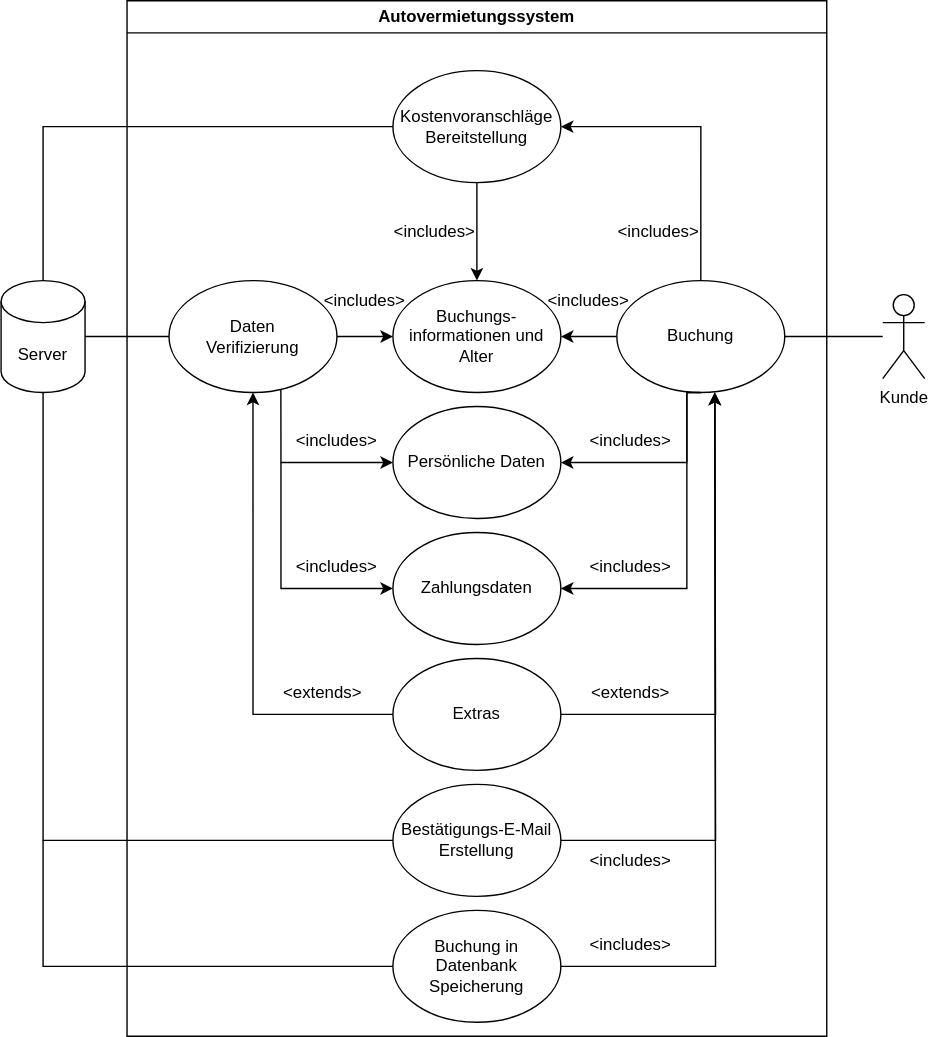
The draw.io diagram sw-eng-02.drawio.svg in MassimiIiano/software-eng-projects-uni, before a commit. Source tidied: cells renumbered, new cells last; positions are measured from the earlier drawing's top-left corner, leaving out a move shared by most shapes.
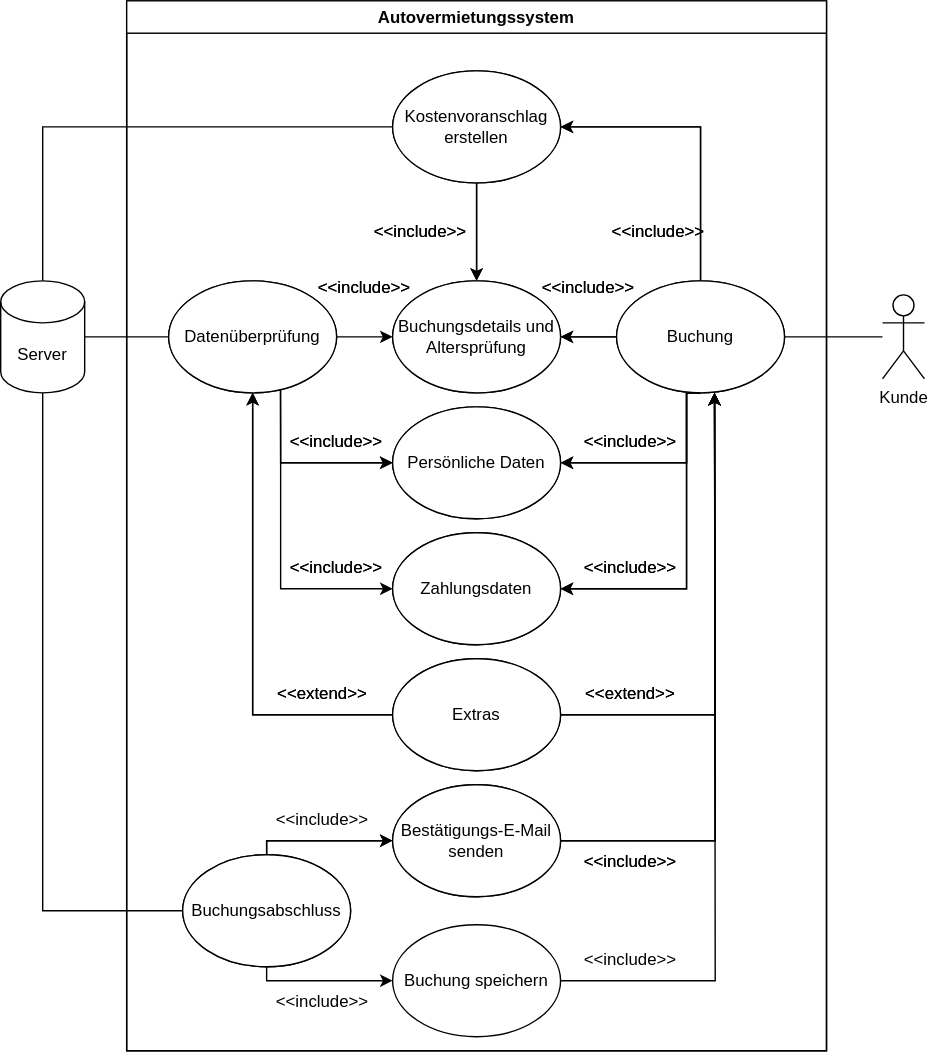
Later version of the same file.

Change to the diagram source:
```diff
@@ -5,18 +5,18 @@
     <mxCell id="2" value="Autovermietungssystem" style="swimlane;whiteSpace=wrap;html=1;" parent="1" vertex="1">
-      <mxGeometry x="90" width="500" height="740" as="geometry" />
+      <mxGeometry x="90" width="500" height="750" as="geometry" />
     </mxCell>
-    <mxCell id="3" value="Kostenvoranschläge&lt;div&gt;Bereitstellung&lt;/div&gt;" style="ellipse;whiteSpace=wrap;html=1;" parent="2" vertex="1">
+    <mxCell id="3" value="Kostenvoranschlag erstellen" style="ellipse;whiteSpace=wrap;html=1;" parent="2" vertex="1">
       <mxGeometry x="190" y="50" width="120" height="80" as="geometry" />
     </mxCell>
-    <mxCell id="4" value="Buchungs-&lt;div&gt;informationen und&lt;/div&gt;&lt;div&gt;Alter&lt;/div&gt;" style="ellipse;whiteSpace=wrap;html=1;" parent="2" vertex="1">
+    <mxCell id="4" value="Buchungsdetails und Altersprüfung" style="ellipse;whiteSpace=wrap;html=1;" parent="2" vertex="1">
       <mxGeometry x="190" y="200" width="120" height="80" as="geometry" />
     </mxCell>
-    <mxCell id="5" value="&amp;lt;includes&amp;gt;" style="text;html=1;align=center;verticalAlign=middle;whiteSpace=wrap;rounded=0;" parent="2" vertex="1">
-      <mxGeometry x="190" y="150" width="60" height="30" as="geometry" />
+    <mxCell id="5" value="&amp;lt;&amp;lt;include&amp;gt;&amp;gt;" style="text;html=1;align=center;verticalAlign=middle;whiteSpace=wrap;rounded=0;" parent="2" vertex="1">
+      <mxGeometry x="180" y="150" width="60" height="30" as="geometry" />
     </mxCell>
-    <mxCell id="6" value="Daten&lt;div&gt;Verifizierung&lt;br&gt;&lt;/div&gt;" style="ellipse;whiteSpace=wrap;html=1;" parent="2" vertex="1">
+    <mxCell id="6" value="&lt;div&gt;Datenüberprüfung&lt;/div&gt;" style="ellipse;whiteSpace=wrap;html=1;" parent="2" vertex="1">
       <mxGeometry x="30" y="200" width="120" height="80" as="geometry" />
     </mxCell>
-    <mxCell id="7" value="&amp;lt;includes&amp;gt;" style="text;html=1;align=center;verticalAlign=middle;whiteSpace=wrap;rounded=0;" parent="2" vertex="1">
-      <mxGeometry x="140" y="200" width="60" height="30" as="geometry" />
+    <mxCell id="7" value="&amp;lt;&amp;lt;include&amp;gt;&amp;gt;" style="text;html=1;align=center;verticalAlign=middle;whiteSpace=wrap;rounded=0;" parent="2" vertex="1">
+      <mxGeometry x="140" y="190" width="60" height="30" as="geometry" />
     </mxCell>
@@ -31,6 +31,6 @@
     </mxCell>
-    <mxCell id="11" value="&amp;lt;includes&amp;gt;" style="text;html=1;align=center;verticalAlign=middle;whiteSpace=wrap;rounded=0;" parent="2" vertex="1">
+    <mxCell id="11" value="&amp;lt;&amp;lt;include&amp;gt;&amp;gt;" style="text;html=1;align=center;verticalAlign=middle;whiteSpace=wrap;rounded=0;" parent="2" vertex="1">
       <mxGeometry x="120" y="300" width="60" height="30" as="geometry" />
     </mxCell>
-    <mxCell id="12" value="&amp;lt;includes&amp;gt;" style="text;html=1;align=center;verticalAlign=middle;whiteSpace=wrap;rounded=0;" parent="2" vertex="1">
+    <mxCell id="12" value="&amp;lt;&amp;lt;include&amp;gt;&amp;gt;" style="text;html=1;align=center;verticalAlign=middle;whiteSpace=wrap;rounded=0;" parent="2" vertex="1">
       <mxGeometry x="120" y="390" width="60" height="30" as="geometry" />
@@ -51,6 +51,6 @@
     </mxCell>
-    <mxCell id="16" value="&amp;lt;includes&amp;gt;" style="text;html=1;align=center;verticalAlign=middle;whiteSpace=wrap;rounded=0;" parent="2" vertex="1">
-      <mxGeometry x="300" y="200" width="60" height="30" as="geometry" />
+    <mxCell id="16" value="&amp;lt;&amp;lt;include&amp;gt;&amp;gt;" style="text;html=1;align=center;verticalAlign=middle;whiteSpace=wrap;rounded=0;" parent="2" vertex="1">
+      <mxGeometry x="300" y="190" width="60" height="30" as="geometry" />
     </mxCell>
-    <mxCell id="17" value="&amp;lt;includes&amp;gt;" style="text;html=1;align=center;verticalAlign=middle;whiteSpace=wrap;rounded=0;" parent="2" vertex="1">
+    <mxCell id="17" value="&amp;lt;&amp;lt;include&amp;gt;&amp;gt;" style="text;html=1;align=center;verticalAlign=middle;whiteSpace=wrap;rounded=0;" parent="2" vertex="1">
       <mxGeometry x="330" y="300" width="60" height="30" as="geometry" />
@@ -65,3 +65,3 @@
     </mxCell>
-    <mxCell id="19" value="&amp;lt;includes&amp;gt;" style="text;html=1;align=center;verticalAlign=middle;whiteSpace=wrap;rounded=0;" parent="2" vertex="1">
+    <mxCell id="19" value="&amp;lt;&amp;lt;include&amp;gt;&amp;gt;" style="text;html=1;align=center;verticalAlign=middle;whiteSpace=wrap;rounded=0;" parent="2" vertex="1">
       <mxGeometry x="330" y="390" width="60" height="30" as="geometry" />
@@ -71,3 +71,3 @@
     </mxCell>
-    <mxCell id="21" value="&amp;lt;includes&amp;gt;" style="text;html=1;align=center;verticalAlign=middle;whiteSpace=wrap;rounded=0;" parent="2" vertex="1">
+    <mxCell id="21" value="&amp;lt;&amp;lt;include&amp;gt;&amp;gt;" style="text;html=1;align=center;verticalAlign=middle;whiteSpace=wrap;rounded=0;" parent="2" vertex="1">
       <mxGeometry x="350" y="150" width="60" height="30" as="geometry" />
@@ -85,6 +85,6 @@
     </mxCell>
-    <mxCell id="25" value="&amp;lt;extends&amp;gt;" style="text;html=1;align=center;verticalAlign=middle;whiteSpace=wrap;rounded=0;" parent="2" vertex="1">
+    <mxCell id="25" value="&amp;lt;&amp;lt;extend&amp;gt;&amp;gt;" style="text;html=1;align=center;verticalAlign=middle;whiteSpace=wrap;rounded=0;" parent="2" vertex="1">
       <mxGeometry x="330" y="480" width="60" height="30" as="geometry" />
     </mxCell>
-    <mxCell id="26" value="&amp;lt;extends&amp;gt;" style="text;html=1;align=center;verticalAlign=middle;whiteSpace=wrap;rounded=0;" parent="2" vertex="1">
+    <mxCell id="26" value="&amp;lt;&amp;lt;extend&amp;gt;&amp;gt;" style="text;html=1;align=center;verticalAlign=middle;whiteSpace=wrap;rounded=0;" parent="2" vertex="1">
       <mxGeometry x="110" y="480" width="60" height="30" as="geometry" />
@@ -96,26 +96,164 @@
     </mxCell>
-    <mxCell id="28" value="Bestätigungs-E-Mail&lt;br&gt;Erstellung" style="ellipse;whiteSpace=wrap;html=1;" parent="2" vertex="1">
+    <mxCell id="28" value="Bestätigungs-E-Mail senden" style="ellipse;whiteSpace=wrap;html=1;" parent="2" vertex="1">
       <mxGeometry x="190" y="560" width="120" height="80" as="geometry" />
     </mxCell>
-    <mxCell id="29" value="&amp;lt;includes&amp;gt;" style="text;html=1;align=center;verticalAlign=middle;whiteSpace=wrap;rounded=0;" parent="2" vertex="1">
+    <mxCell id="29" value="&amp;lt;&amp;lt;include&amp;gt;&amp;gt;" style="text;html=1;align=center;verticalAlign=middle;whiteSpace=wrap;rounded=0;" parent="2" vertex="1">
       <mxGeometry x="330" y="600" width="60" height="30" as="geometry" />
     </mxCell>
-    <mxCell id="30" value="Buchung in Datenbank&lt;div&gt;Speicherung&lt;/div&gt;" style="ellipse;whiteSpace=wrap;html=1;" parent="2" vertex="1">
-      <mxGeometry x="190" y="650" width="120" height="80" as="geometry" />
-    </mxCell>
+    <mxCell id="33" style="endArrow=classic;html=1;rounded=0;exitX=0.666;exitY=0.977;exitDx=0;exitDy=0;exitPerimeter=0;entryX=0;entryY=0.5;entryDx=0;entryDy=0;" parent="2" edge="1" source="6" target="9">
+      <mxGeometry relative="1" as="geometry">
+        <Array as="points">
+          <mxPoint x="110" y="330" />
+        </Array>
+      </mxGeometry>
+    </mxCell>
+    <mxCell id="43" style="edgeStyle=orthogonalEdgeStyle;rounded=0;jettySize=auto;html=1;exitX=0.5;exitY=0;exitDx=0;exitDy=0;entryX=0;entryY=0.5;entryDx=0;entryDy=0;" parent="2" edge="1" source="45" target="28">
+      <mxGeometry relative="1" as="geometry">
+        <Array as="points">
+          <mxPoint x="100" y="600" />
+        </Array>
+      </mxGeometry>
+    </mxCell>
+    <mxCell id="44" style="edgeStyle=orthogonalEdgeStyle;rounded=0;jettySize=auto;html=1;exitX=0.5;exitY=1;exitDx=0;exitDy=0;entryX=0;entryY=0.5;entryDx=0;entryDy=0;" parent="2" edge="1" source="45" target="80">
+      <mxGeometry relative="1" as="geometry">
+        <Array as="points">
+          <mxPoint x="100" y="700" />
+        </Array>
+      </mxGeometry>
+    </mxCell>
+    <mxCell id="45" value="Buchungsabschluss" style="ellipse;whiteSpace=wrap;html=1;" parent="2" vertex="1">
+      <mxGeometry x="40" y="610" width="120" height="80" as="geometry" />
+    </mxCell>
+    <mxCell id="46" value="Autovermietungssystem" style="swimlane;whiteSpace=wrap;html=1;" parent="2" vertex="1">
+      <mxGeometry width="500" height="750" as="geometry" />
+    </mxCell>
+    <mxCell id="47" value="Kostenvoranschlag erstellen" style="ellipse;whiteSpace=wrap;html=1;" parent="46" vertex="1">
+      <mxGeometry x="190" y="50" width="120" height="80" as="geometry" />
+    </mxCell>
+    <mxCell id="48" value="Buchungsdetails und Altersprüfung" style="ellipse;whiteSpace=wrap;html=1;" parent="46" vertex="1">
+      <mxGeometry x="190" y="200" width="120" height="80" as="geometry" />
+    </mxCell>
+    <mxCell id="49" value="&amp;lt;&amp;lt;include&amp;gt;&amp;gt;" style="text;html=1;align=center;verticalAlign=middle;whiteSpace=wrap;rounded=0;" parent="46" vertex="1">
+      <mxGeometry x="180" y="150" width="60" height="30" as="geometry" />
+    </mxCell>
+    <mxCell id="50" value="&lt;div&gt;Datenüberprüfung&lt;/div&gt;" style="ellipse;whiteSpace=wrap;html=1;" parent="46" vertex="1">
+      <mxGeometry x="30" y="200" width="120" height="80" as="geometry" />
+    </mxCell>
+    <mxCell id="51" value="&amp;lt;&amp;lt;include&amp;gt;&amp;gt;" style="text;html=1;align=center;verticalAlign=middle;whiteSpace=wrap;rounded=0;" parent="46" vertex="1">
+      <mxGeometry x="140" y="190" width="60" height="30" as="geometry" />
+    </mxCell>
+    <mxCell id="52" style="endArrow=classic;html=1;rounded=0;exitX=0.5;exitY=1;exitDx=0;exitDy=0;entryX=0.5;entryY=0;entryDx=0;entryDy=0;" parent="46" edge="1" source="47" target="48">
+      <mxGeometry relative="1" as="geometry" />
+    </mxCell>
+    <mxCell id="53" value="Persönliche Daten" style="ellipse;whiteSpace=wrap;html=1;" parent="46" vertex="1">
+      <mxGeometry x="190" y="290" width="120" height="80" as="geometry" />
+    </mxCell>
+    <mxCell id="54" value="Zahlungsdaten" style="ellipse;whiteSpace=wrap;html=1;" parent="46" vertex="1">
+      <mxGeometry x="190" y="380" width="120" height="80" as="geometry" />
+    </mxCell>
+    <mxCell id="55" value="&amp;lt;&amp;lt;include&amp;gt;&amp;gt;" style="text;html=1;align=center;verticalAlign=middle;whiteSpace=wrap;rounded=0;" parent="46" vertex="1">
+      <mxGeometry x="120" y="300" width="60" height="30" as="geometry" />
+    </mxCell>
+    <mxCell id="56" value="&amp;lt;&amp;lt;include&amp;gt;&amp;gt;" style="text;html=1;align=center;verticalAlign=middle;whiteSpace=wrap;rounded=0;" parent="46" vertex="1">
+      <mxGeometry x="120" y="390" width="60" height="30" as="geometry" />
+    </mxCell>
+    <mxCell id="57" style="edgeStyle=orthogonalEdgeStyle;rounded=0;jettySize=auto;html=1;exitX=0;exitY=0.5;exitDx=0;exitDy=0;entryX=1;entryY=0.5;entryDx=0;entryDy=0;" parent="46" edge="1" source="59" target="48">
+      <mxGeometry relative="1" as="geometry" />
+    </mxCell>
+    <mxCell id="58" style="edgeStyle=orthogonalEdgeStyle;rounded=0;jettySize=auto;html=1;exitX=0.5;exitY=1;exitDx=0;exitDy=0;entryX=1;entryY=0.5;entryDx=0;entryDy=0;" parent="46" edge="1" source="59" target="53">
+      <mxGeometry relative="1" as="geometry">
+        <Array as="points">
+          <mxPoint x="400" y="280" />
+          <mxPoint x="400" y="330" />
+        </Array>
+      </mxGeometry>
+    </mxCell>
+    <mxCell id="59" value="Buchung" style="ellipse;whiteSpace=wrap;html=1;" parent="46" vertex="1">
+      <mxGeometry x="350" y="200" width="120" height="80" as="geometry" />
+    </mxCell>
+    <mxCell id="60" value="&amp;lt;&amp;lt;include&amp;gt;&amp;gt;" style="text;html=1;align=center;verticalAlign=middle;whiteSpace=wrap;rounded=0;" parent="46" vertex="1">
+      <mxGeometry x="300" y="190" width="60" height="30" as="geometry" />
+    </mxCell>
+    <mxCell id="61" value="&amp;lt;&amp;lt;include&amp;gt;&amp;gt;" style="text;html=1;align=center;verticalAlign=middle;whiteSpace=wrap;rounded=0;" parent="46" vertex="1">
+      <mxGeometry x="330" y="300" width="60" height="30" as="geometry" />
+    </mxCell>
+    <mxCell id="62" style="edgeStyle=orthogonalEdgeStyle;rounded=0;jettySize=auto;html=1;exitX=0.5;exitY=1;exitDx=0;exitDy=0;entryX=1;entryY=0.5;entryDx=0;entryDy=0;" parent="46" edge="1" source="59" target="54">
+      <mxGeometry relative="1" as="geometry">
+        <Array as="points">
+          <mxPoint x="400" y="280" />
+          <mxPoint x="400" y="420" />
+        </Array>
+      </mxGeometry>
+    </mxCell>
+    <mxCell id="63" value="&amp;lt;&amp;lt;include&amp;gt;&amp;gt;" style="text;html=1;align=center;verticalAlign=middle;whiteSpace=wrap;rounded=0;" parent="46" vertex="1">
+      <mxGeometry x="330" y="390" width="60" height="30" as="geometry" />
+    </mxCell>
+    <mxCell id="64" style="edgeStyle=orthogonalEdgeStyle;rounded=0;jettySize=auto;html=1;exitX=0.5;exitY=0;exitDx=0;exitDy=0;entryX=1;entryY=0.5;entryDx=0;entryDy=0;" parent="46" edge="1" source="59" target="47">
+      <mxGeometry relative="1" as="geometry" />
+    </mxCell>
+    <mxCell id="65" value="&amp;lt;&amp;lt;include&amp;gt;&amp;gt;" style="text;html=1;align=center;verticalAlign=middle;whiteSpace=wrap;rounded=0;" parent="46" vertex="1">
+      <mxGeometry x="350" y="150" width="60" height="30" as="geometry" />
+    </mxCell>
+    <mxCell id="66" style="edgeStyle=orthogonalEdgeStyle;rounded=0;jettySize=auto;html=1;exitX=1;exitY=0.5;exitDx=0;exitDy=0;" parent="46" edge="1" source="68">
+      <mxGeometry relative="1" as="geometry">
+        <mxPoint x="420" y="280" as="targetPoint" />
+      </mxGeometry>
+    </mxCell>
+    <mxCell id="67" style="edgeStyle=orthogonalEdgeStyle;rounded=0;jettySize=auto;html=1;exitX=0;exitY=0.5;exitDx=0;exitDy=0;entryX=0.5;entryY=1;entryDx=0;entryDy=0;" parent="46" edge="1" source="68" target="50">
+      <mxGeometry relative="1" as="geometry" />
+    </mxCell>
+    <mxCell id="68" value="Extras" style="ellipse;whiteSpace=wrap;html=1;" parent="46" vertex="1">
+      <mxGeometry x="190" y="470" width="120" height="80" as="geometry" />
+    </mxCell>
+    <mxCell id="69" value="&amp;lt;&amp;lt;extend&amp;gt;&amp;gt;" style="text;html=1;align=center;verticalAlign=middle;whiteSpace=wrap;rounded=0;" parent="46" vertex="1">
+      <mxGeometry x="330" y="480" width="60" height="30" as="geometry" />
+    </mxCell>
+    <mxCell id="70" value="&amp;lt;&amp;lt;extend&amp;gt;&amp;gt;" style="text;html=1;align=center;verticalAlign=middle;whiteSpace=wrap;rounded=0;" parent="46" vertex="1">
+      <mxGeometry x="110" y="480" width="60" height="30" as="geometry" />
+    </mxCell>
+    <mxCell id="71" style="edgeStyle=orthogonalEdgeStyle;rounded=0;jettySize=auto;html=1;exitX=1;exitY=0.5;exitDx=0;exitDy=0;" parent="46" edge="1" source="72">
+      <mxGeometry relative="1" as="geometry">
+        <mxPoint x="420" y="280" as="targetPoint" />
+      </mxGeometry>
+    </mxCell>
+    <mxCell id="72" value="Bestätigungs-E-Mail senden" style="ellipse;whiteSpace=wrap;html=1;" parent="46" vertex="1">
+      <mxGeometry x="190" y="560" width="120" height="80" as="geometry" />
+    </mxCell>
+    <mxCell id="73" value="&amp;lt;&amp;lt;include&amp;gt;&amp;gt;" style="text;html=1;align=center;verticalAlign=middle;whiteSpace=wrap;rounded=0;" parent="46" vertex="1">
+      <mxGeometry x="330" y="600" width="60" height="30" as="geometry" />
+    </mxCell>
+    <mxCell id="74" style="edgeStyle=orthogonalEdgeStyle;rounded=0;jettySize=auto;html=1;exitX=1;exitY=0.5;exitDx=0;exitDy=0;" parent="46" edge="1" source="80">
+      <mxGeometry relative="1" as="geometry">
+        <mxPoint x="420" y="280" as="targetPoint" />
+      </mxGeometry>
+    </mxCell>
+    <mxCell id="75" style="endArrow=classic;html=1;rounded=0;exitX=0.666;exitY=0.977;exitDx=0;exitDy=0;exitPerimeter=0;entryX=0;entryY=0.5;entryDx=0;entryDy=0;" parent="46" edge="1" source="50" target="53">
+      <mxGeometry relative="1" as="geometry">
+        <Array as="points">
+          <mxPoint x="110" y="330" />
+        </Array>
+      </mxGeometry>
+    </mxCell>
+    <mxCell id="76" style="edgeStyle=orthogonalEdgeStyle;rounded=0;jettySize=auto;html=1;exitX=0.5;exitY=0;exitDx=0;exitDy=0;entryX=0;entryY=0.5;entryDx=0;entryDy=0;" parent="46" edge="1" source="77" target="72">
+      <mxGeometry relative="1" as="geometry">
+        <Array as="points">
+          <mxPoint x="100" y="600" />
+        </Array>
+      </mxGeometry>
+    </mxCell>
+    <mxCell id="77" value="Buchungsabschluss" style="ellipse;whiteSpace=wrap;html=1;" parent="46" vertex="1">
+      <mxGeometry x="40" y="610" width="120" height="80" as="geometry" />
+    </mxCell>
-    <mxCell id="31" value="&amp;lt;includes&amp;gt;" style="text;html=1;align=center;verticalAlign=middle;whiteSpace=wrap;rounded=0;" parent="2" vertex="1">
-      <mxGeometry x="330" y="660" width="60" height="30" as="geometry" />
+    <mxCell id="31" value="&amp;lt;&amp;lt;include&amp;gt;&amp;gt;" style="text;html=1;align=center;verticalAlign=middle;whiteSpace=wrap;rounded=0;" parent="46" vertex="1">
+      <mxGeometry x="330" y="670" width="60" height="30" as="geometry" />
     </mxCell>
-    <mxCell id="32" style="edgeStyle=orthogonalEdgeStyle;rounded=0;jettySize=auto;html=1;exitX=1;exitY=0.5;exitDx=0;exitDy=0;" parent="2" edge="1" source="30">
-      <mxGeometry relative="1" as="geometry">
-        <mxPoint x="420" y="280" as="targetPoint" />
-      </mxGeometry>
-    </mxCell>
-    <mxCell id="33" style="endArrow=classic;html=1;rounded=0;exitX=0.666;exitY=0.977;exitDx=0;exitDy=0;exitPerimeter=0;entryX=0;entryY=0.5;entryDx=0;entryDy=0;" parent="2" edge="1" source="6" target="9">
-      <mxGeometry relative="1" as="geometry">
-        <Array as="points">
-          <mxPoint x="110" y="330" />
-        </Array>
-      </mxGeometry>
-    </mxCell>
+    <mxCell id="78" value="&amp;lt;&amp;lt;include&amp;gt;&amp;gt;" style="text;html=1;align=center;verticalAlign=middle;whiteSpace=wrap;rounded=0;" parent="46" vertex="1">
+      <mxGeometry x="110" y="570" width="60" height="30" as="geometry" />
+    </mxCell>
+    <mxCell id="79" value="&amp;lt;&amp;lt;include&amp;gt;&amp;gt;" style="text;html=1;align=center;verticalAlign=middle;whiteSpace=wrap;rounded=0;" parent="46" vertex="1">
+      <mxGeometry x="110" y="700" width="60" height="30" as="geometry" />
+    </mxCell>
+    <mxCell id="80" value="Buchung speichern" style="ellipse;whiteSpace=wrap;html=1;" parent="2" vertex="1">
+      <mxGeometry x="190" y="660" width="120" height="80" as="geometry" />
+    </mxCell>
     <mxCell id="34" value="Server" style="shape=cylinder3;whiteSpace=wrap;html=1;boundedLbl=1;backgroundOutline=1;size=15;" parent="1" vertex="1">
@@ -152,17 +290,5 @@
     </mxCell>
-    <mxCell id="41" style="endArrow=none;html=1;rounded=0;exitX=0.5;exitY=1;exitDx=0;exitDy=0;exitPerimeter=0;entryX=0;entryY=0.5;entryDx=0;entryDy=0;" parent="1" edge="1" source="34" target="28">
-      <mxGeometry relative="1" as="geometry">
-        <Array as="points">
-          <mxPoint x="30" y="600" />
-        </Array>
-      </mxGeometry>
-    </mxCell>
-    <mxCell id="42" style="endArrow=none;html=1;rounded=0;entryX=0;entryY=0.5;entryDx=0;entryDy=0;" parent="1" edge="1" target="30">
-      <mxGeometry relative="1" as="geometry">
-        <mxPoint x="30" y="600" as="sourcePoint" />
-        <Array as="points">
-          <mxPoint x="30" y="690" />
-        </Array>
-      </mxGeometry>
-    </mxCell>
+    <mxCell id="81" style="edgeStyle=orthogonalEdgeStyle;rounded=0;jettySize=auto;html=1;exitX=0;exitY=0.5;exitDx=0;exitDy=0;entryX=0.5;entryY=1;entryDx=0;entryDy=0;entryPerimeter=0;strokeColor=default;endArrow=none;endFill=0;" parent="1" edge="1" source="77" target="34">
+      <mxGeometry relative="1" as="geometry" />
+    </mxCell>
   </root>
```
